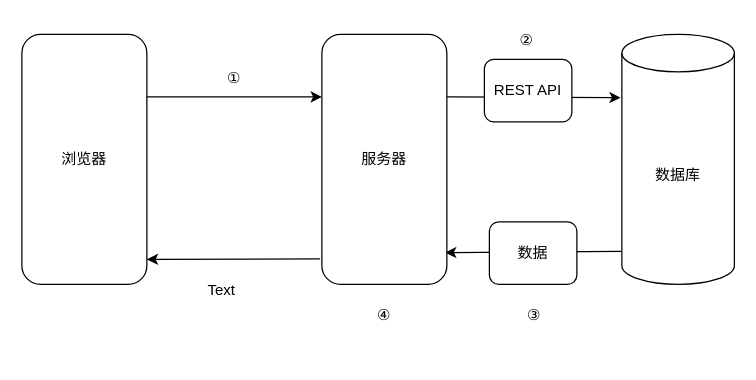
The draw.io diagram Vue/服务端渲染流程图.drawio in YoungMandy/Web-Front, before the edit. Source tidied: cells renumbered, new cells numbered last; positions are measured from the earlier drawing's top-left corner, leaving out a move shared by most shapes. Both pictures are drawn from the tidied source at 125%, with x=0, y=0 at pixel (21, 21).
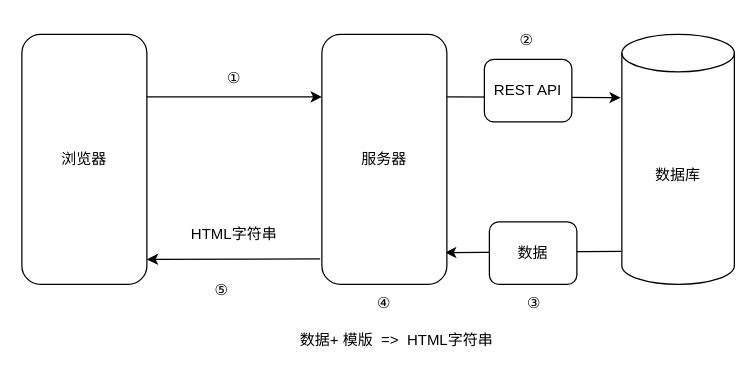
The same diagram, later.

Commit message (it also covers changes not shown here):
feat: 增加客户端渲染的流程图

Diff of the diagram source:
```diff
@@
 <mxGraphModel>
   <root>
     <mxCell id="0" />
     <mxCell id="1" parent="0" />
     <mxCell id="2" value="浏览器" style="rounded=1;whiteSpace=wrap;html=1;" parent="1" vertex="1">
       <mxGeometry y="10" width="100" height="200" as="geometry" />
     </mxCell>
     <mxCell id="3" style="edgeStyle=none;html=1;entryX=0.986;entryY=0.873;entryDx=0;entryDy=0;entryPerimeter=0;exitX=-0.005;exitY=0.868;exitDx=0;exitDy=0;exitPerimeter=0;" parent="1" edge="1" source="5" target="4">
       <mxGeometry relative="1" as="geometry" />
     </mxCell>
     <mxCell id="4" value="服务器" style="rounded=1;whiteSpace=wrap;html=1;" parent="1" vertex="1">
       <mxGeometry x="240" y="10" width="100" height="200" as="geometry" />
     </mxCell>
     <mxCell id="5" value="数据库" style="shape=cylinder3;whiteSpace=wrap;html=1;boundedLbl=1;backgroundOutline=1;size=15;" parent="1" vertex="1">
       <mxGeometry x="480" y="10" width="90" height="200" as="geometry" />
     </mxCell>
     <mxCell id="6" style="endArrow=classic;html=1;exitX=1;exitY=0.25;exitDx=0;exitDy=0;entryX=0;entryY=0.25;entryDx=0;entryDy=0;" parent="1" edge="1" source="2" target="4">
       <mxGeometry relative="1" as="geometry" />
     </mxCell>
     <mxCell id="7" value="①" style="text;html=1;strokeColor=none;fillColor=none;align=center;verticalAlign=middle;whiteSpace=wrap;rounded=0;" parent="1" vertex="1">
       <mxGeometry x="140" y="30" width="60" height="30" as="geometry" />
     </mxCell>
     <mxCell id="8" style="endArrow=classic;html=1;entryX=-0.011;entryY=0.253;entryDx=0;entryDy=0;entryPerimeter=0;" parent="1" edge="1" target="5">
       <mxGeometry relative="1" as="geometry">
         <mxPoint x="340" y="60" as="sourcePoint" />
       </mxGeometry>
     </mxCell>
     <mxCell id="9" value="②" style="text;html=1;strokeColor=none;fillColor=none;align=center;verticalAlign=middle;whiteSpace=wrap;rounded=0;" parent="1" vertex="1">
       <mxGeometry x="374" width="60" height="30" as="geometry" />
     </mxCell>
     <mxCell id="10" value="REST API" style="rounded=1;whiteSpace=wrap;html=1;" parent="1" vertex="1">
       <mxGeometry x="370" y="30" width="70" height="50" as="geometry" />
     </mxCell>
     <mxCell id="11" value="③" style="text;html=1;strokeColor=none;fillColor=none;align=center;verticalAlign=middle;whiteSpace=wrap;rounded=0;" parent="1" vertex="1">
-      <mxGeometry x="380" y="220" width="60" height="30" as="geometry" />
+      <mxGeometry x="380" y="210" width="60" height="30" as="geometry" />
     </mxCell>
     <mxCell id="12" value="数据" style="rounded=1;whiteSpace=wrap;html=1;" parent="1" vertex="1">
       <mxGeometry x="374" y="160" width="70" height="50" as="geometry" />
     </mxCell>
     <mxCell id="13" value="④" style="text;html=1;strokeColor=none;fillColor=none;align=center;verticalAlign=middle;whiteSpace=wrap;rounded=0;" parent="1" vertex="1">
-      <mxGeometry x="260" y="220" width="60" height="30" as="geometry" />
+      <mxGeometry x="260" y="210" width="60" height="30" as="geometry" />
     </mxCell>
     <mxCell id="14" style="endArrow=classic;html=1;exitX=-0.014;exitY=0.898;exitDx=0;exitDy=0;exitPerimeter=0;" parent="1" edge="1" source="4">
       <mxGeometry relative="1" as="geometry">
         <mxPoint x="100" y="190" as="targetPoint" />
       </mxGeometry>
     </mxCell>
-    <mxCell id="15" value="Text" style="text;html=1;strokeColor=none;fillColor=none;align=center;verticalAlign=middle;whiteSpace=wrap;rounded=0;" parent="1" vertex="1">
+    <mxCell id="15" value="⑤" style="text;html=1;strokeColor=none;fillColor=none;align=center;verticalAlign=middle;whiteSpace=wrap;rounded=0;" parent="1" vertex="1">
       <mxGeometry x="130" y="200" width="60" height="30" as="geometry" />
     </mxCell>
+    <mxCell id="16" value="数据+ 模版&amp;nbsp; =&amp;gt;&amp;nbsp; HTML字符串" style="text;html=1;strokeColor=none;fillColor=none;align=center;verticalAlign=middle;whiteSpace=wrap;rounded=0;" parent="1" vertex="1">
+      <mxGeometry x="220" y="240" width="160" height="30" as="geometry" />
+    </mxCell>
+    <mxCell id="17" value="HTML字符串" style="text;html=1;strokeColor=none;fillColor=none;align=center;verticalAlign=middle;whiteSpace=wrap;rounded=0;" parent="1" vertex="1">
+      <mxGeometry x="130" y="160" width="80" height="20" as="geometry" />
+    </mxCell>
   </root>
 </mxGraphModel>
```
